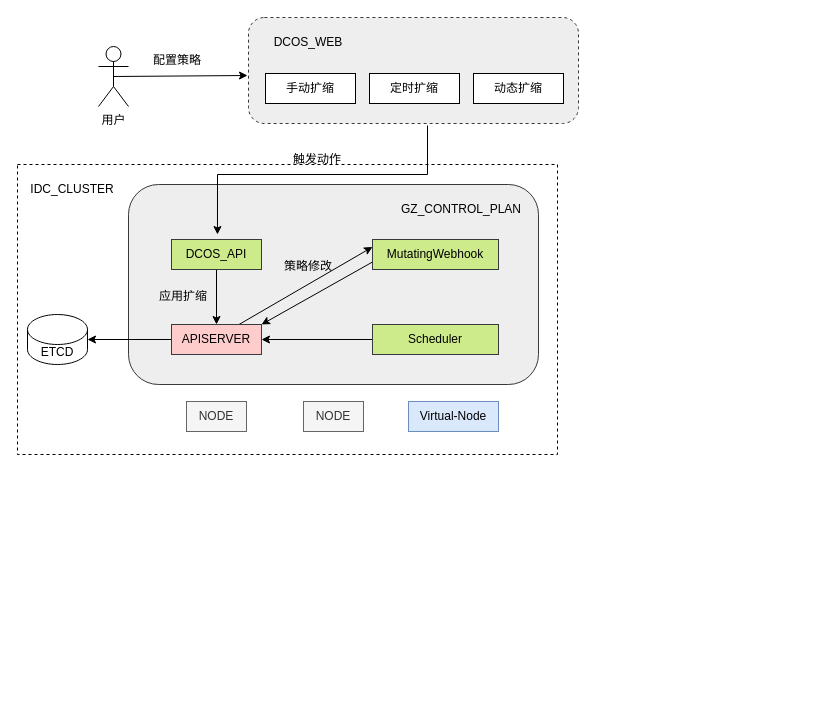
Above: page "第 2 页" (2 of 2) of mixed-cloud-schedule.drawio in Mr-lixh/diagrams (draw.io), before the change. Source tidied: cells renumbered, new cells numbered last; positions are measured from the earlier drawing's top-left corner, leaving out a move shared by most shapes. Both pictures are drawn from the tidied source at 100%, with x=0, y=0 at pixel (17, 17).
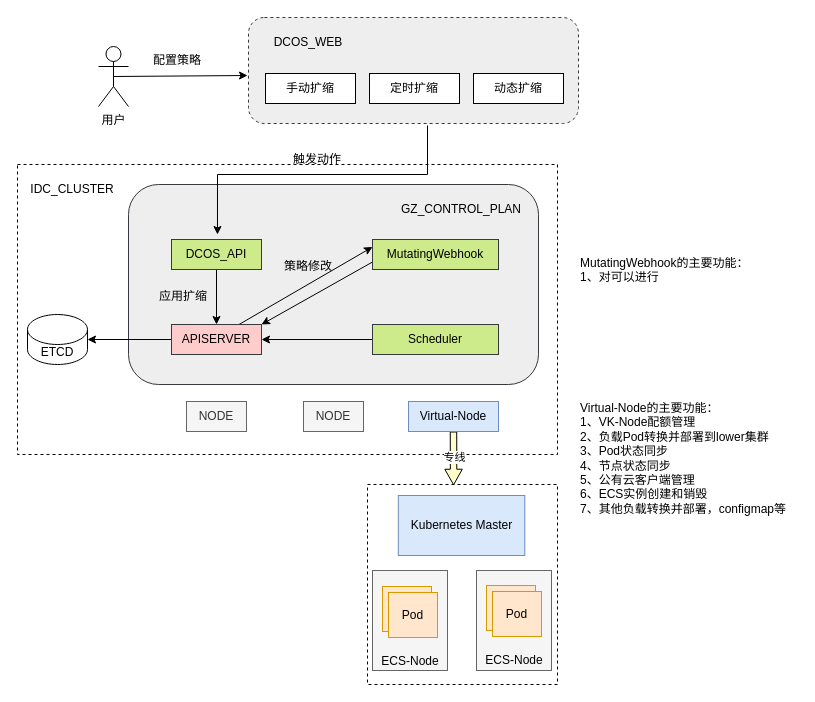
The same diagram, later.

The change refers to these unchanged cells:
```xml
<mxCell id="29" value="Virtual-Node" style="rounded=0;whiteSpace=wrap;html=1;fillColor=#dae8fc;strokeColor=#6c8ebf;" parent="1" vertex="1">
  <mxGeometry x="391" y="384" width="90" height="30" as="geometry" />
</mxCell>
```

The edit, as a diff of the source:
```diff
@@
+    <mxCell id="31" style="edgeStyle=none;shape=flexArrow;rounded=0;jettySize=auto;html=1;exitX=0.5;exitY=1;exitDx=0;exitDy=0;entryX=0.453;entryY=0.004;entryDx=0;entryDy=0;entryPerimeter=0;endWidth=10;endSize=4.8539130434782605;fillColor=#FFFFCC;width=6.434782608695652;" parent="1" edge="1" source="29" target="33">
+      <mxGeometry relative="1" as="geometry" />
+    </mxCell>
+    <mxCell id="32" value="专线" style="edgeLabel;html=1;align=center;verticalAlign=middle;" parent="31" vertex="1">
+      <mxGeometry x="-0.04" relative="1" as="geometry" />
+    </mxCell>
@@
+    <mxCell id="33" style="rounded=0;whiteSpace=wrap;html=1;dashed=1;" parent="1" vertex="1">
+      <mxGeometry x="350" y="467" width="190" height="200" as="geometry" />
+    </mxCell>
+    <mxCell id="34" value="Kubernetes Master" style="rounded=0;whiteSpace=wrap;html=1;fillColor=#dae8fc;strokeColor=#6c8ebf;" parent="1" vertex="1">
+      <mxGeometry x="380.8" y="478" width="126.5" height="60" as="geometry" />
+    </mxCell>
+    <mxCell id="35" value="Virtual-Node的主要功能：&lt;br&gt;1、VK-Node配额管理&lt;br&gt;2、负载Pod转换并部署到lower集群&lt;br&gt;3、Pod状态同步&lt;br&gt;4、节点状态同步&lt;br&gt;5、公有云客户端管理&lt;br&gt;6、ECS实例创建和销毁&lt;br&gt;7、其他负载转换并部署，configmap等&lt;br&gt;&lt;div style=&quot;&quot;&gt;&lt;br&gt;&lt;/div&gt;" style="text;html=1;strokeColor=none;fillColor=none;align=left;verticalAlign=top;whiteSpace=wrap;rounded=0;dashed=1;" parent="1" vertex="1">
+      <mxGeometry x="561" y="377" width="219" height="140" as="geometry" />
+    </mxCell>
+    <mxCell id="36" value="MutatingWebhook的主要功能：&lt;br&gt;1、对可以进行" style="text;html=1;strokeColor=none;fillColor=none;align=left;verticalAlign=top;whiteSpace=wrap;rounded=0;dashed=1;" parent="1" vertex="1">
+      <mxGeometry x="561" y="232" width="209" height="120" as="geometry" />
+    </mxCell>
+    <mxCell id="37" style="group;" parent="1" vertex="1">
+      <mxGeometry x="355" y="554" width="75" height="105" as="geometry" />
+    </mxCell>
+    <mxCell id="38" style="edgeStyle=none;rounded=0;orthogonalLoop=1;jettySize=auto;html=1;exitX=0;exitY=0.5;exitDx=0;exitDy=0;" parent="37" edge="1" source="33" target="33">
+      <mxGeometry relative="1" as="geometry" />
+    </mxCell>
+    <mxCell id="39" style="rounded=0;whiteSpace=wrap;html=1;fillColor=#f5f5f5;fontColor=#333333;strokeColor=#666666;" parent="37" vertex="1">
+      <mxGeometry y="-1" width="75" height="100" as="geometry" />
+    </mxCell>
+    <mxCell id="40" value="ECS-Node" style="text;html=1;strokeColor=none;fillColor=none;align=center;verticalAlign=middle;whiteSpace=wrap;rounded=0;dashed=1;" parent="37" vertex="1">
+      <mxGeometry x="7.5" y="75" width="60" height="30" as="geometry" />
+    </mxCell>
+    <mxCell id="41" style="rounded=0;whiteSpace=wrap;html=1;fillColor=#ffe6cc;strokeColor=#d79b00;" parent="37" vertex="1">
+      <mxGeometry x="10" y="15" width="49" height="45" as="geometry" />
+    </mxCell>
+    <mxCell id="42" value="Pod" style="rounded=0;whiteSpace=wrap;html=1;fillColor=#ffe6cc;strokeColor=#d79b00;" parent="37" vertex="1">
+      <mxGeometry x="16" y="21" width="49" height="45" as="geometry" />
+    </mxCell>
+    <mxCell id="43" style="group;" parent="1" vertex="1">
+      <mxGeometry x="459" y="553" width="75" height="105" as="geometry" />
+    </mxCell>
+    <mxCell id="44" style="edgeStyle=none;rounded=0;orthogonalLoop=1;jettySize=auto;html=1;exitX=0;exitY=0.5;exitDx=0;exitDy=0;" parent="43" edge="1">
+      <mxGeometry relative="1" as="geometry" />
+    </mxCell>
+    <mxCell id="45" style="rounded=0;whiteSpace=wrap;html=1;fillColor=#f5f5f5;fontColor=#333333;strokeColor=#666666;" parent="43" vertex="1">
+      <mxGeometry width="75" height="100" as="geometry" />
+    </mxCell>
+    <mxCell id="46" value="ECS-Node" style="text;html=1;strokeColor=none;fillColor=none;align=center;verticalAlign=middle;whiteSpace=wrap;rounded=0;dashed=1;" parent="43" vertex="1">
+      <mxGeometry x="7.5" y="75" width="60" height="30" as="geometry" />
+    </mxCell>
+    <mxCell id="47" style="rounded=0;whiteSpace=wrap;html=1;fillColor=#ffe6cc;strokeColor=#d79b00;" parent="43" vertex="1">
+      <mxGeometry x="10" y="15" width="49" height="45" as="geometry" />
+    </mxCell>
+    <mxCell id="48" value="Pod" style="rounded=0;whiteSpace=wrap;html=1;fillColor=#ffe6cc;strokeColor=#d79b00;" parent="43" vertex="1">
+      <mxGeometry x="16" y="21" width="49" height="45" as="geometry" />
+    </mxCell>
```
